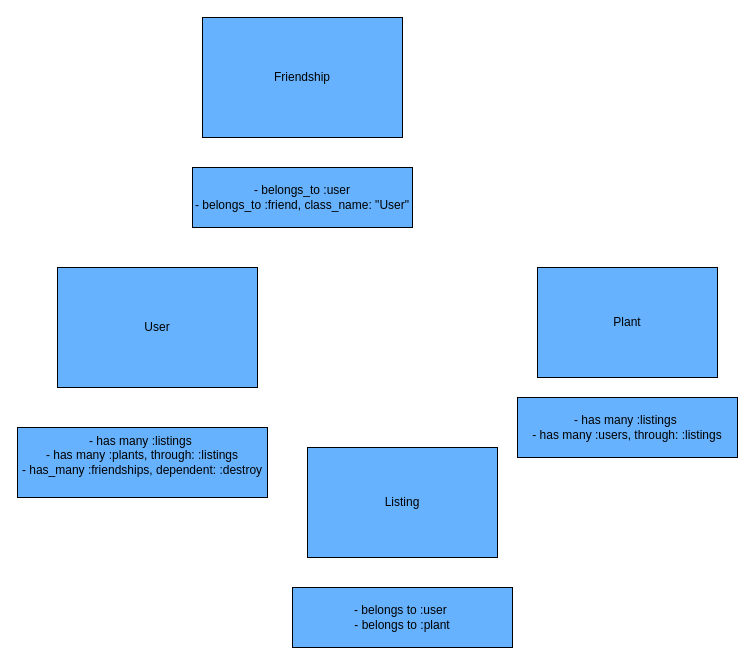
Above: src/wireframes/(3)associations.drawio in andrrowens/rooted-plant-exchange-frontend (draw.io), before the change. Source tidied: cells renumbered, new cells numbered last; positions are measured from the earlier drawing's top-left corner, leaving out a move shared by most shapes. Both pictures are drawn from the tidied source at 100%, with x=0, y=0 at pixel (17, 17).
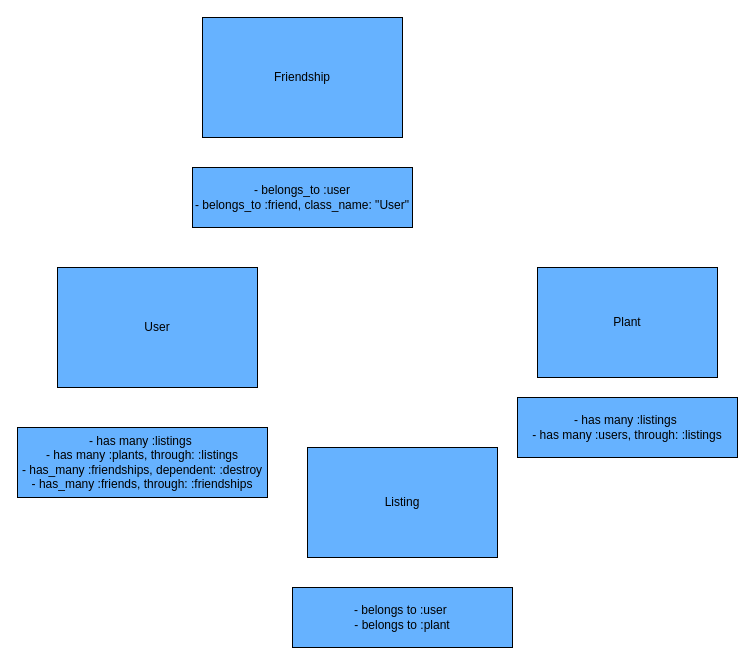
The same page after the edit.

The edit, as a diff of the source:
```diff
@@
 <mxGraphModel>
   <root>
     <mxCell id="0" />
     <mxCell id="1" parent="0" />
     <mxCell id="2" value="User" style="whiteSpace=wrap;html=1;fillColor=#66B2FF;" parent="1" vertex="1">
       <mxGeometry x="40" y="250" width="200" height="120" as="geometry" />
     </mxCell>
     <mxCell id="3" value="Plant" style="whiteSpace=wrap;html=1;fillColor=#66B2FF;" parent="1" vertex="1">
       <mxGeometry x="520" y="250" width="180" height="110" as="geometry" />
     </mxCell>
     <mxCell id="4" value="Listing" style="whiteSpace=wrap;html=1;fillColor=#66B2FF;" parent="1" vertex="1">
       <mxGeometry x="290" y="430" width="190" height="110" as="geometry" />
     </mxCell>
-    <mxCell id="5" value="&lt;font color=&quot;#000000&quot;&gt;- has many :listings&amp;nbsp;&lt;/font&gt;&lt;br&gt;&lt;font color=&quot;#000000&quot;&gt;- has many :plants, through: :listings&lt;br&gt;- has_many :friendships, dependent: :destroy&lt;br&gt;&lt;br&gt;&lt;/font&gt;" style="whiteSpace=wrap;html=1;fillColor=#66B2FF;" parent="1" vertex="1">
+    <mxCell id="5" value="&lt;font color=&quot;#000000&quot;&gt;&lt;br&gt;- has many :listings&amp;nbsp;&lt;/font&gt;&lt;br&gt;&lt;font color=&quot;#000000&quot;&gt;- has many :plants, through: :listings&lt;br&gt;- has_many :friendships, dependent: :destroy&lt;br&gt;- has_many :friends, through: :friendships&lt;br&gt;&lt;br&gt;&lt;/font&gt;" style="whiteSpace=wrap;html=1;fillColor=#66B2FF;" parent="1" vertex="1">
       <mxGeometry y="410" width="250" height="70" as="geometry" />
     </mxCell>
     <mxCell id="6" value="&lt;font color=&quot;#000000&quot;&gt;- belongs to :user&amp;nbsp;&lt;br&gt;- belongs to :plant&lt;br&gt;&lt;/font&gt;" style="whiteSpace=wrap;html=1;fillColor=#66B2FF;" parent="1" vertex="1">
       <mxGeometry x="275" y="570" width="220" height="60" as="geometry" />
     </mxCell>
     <mxCell id="7" value="&lt;font color=&quot;#000000&quot;&gt;- has many :listings&amp;nbsp;&lt;/font&gt;&lt;br&gt;&lt;font color=&quot;#000000&quot;&gt;- has many :users, through: :listings&lt;/font&gt;" style="whiteSpace=wrap;html=1;fillColor=#66B2FF;" parent="1" vertex="1">
       <mxGeometry x="500" y="380" width="220" height="60" as="geometry" />
     </mxCell>
     <mxCell id="8" value="Friendship" style="whiteSpace=wrap;html=1;fillColor=#66B2FF;" parent="1" vertex="1">
       <mxGeometry x="185" width="200" height="120" as="geometry" />
     </mxCell>
     <mxCell id="9" value="&lt;font color=&quot;#000000&quot;&gt;- belongs_to :user&lt;br&gt;- belongs_to :friend, class_name: &quot;User&quot;&lt;br&gt;&lt;/font&gt;" style="whiteSpace=wrap;html=1;fillColor=#66B2FF;" parent="1" vertex="1">
       <mxGeometry x="175" y="150" width="220" height="60" as="geometry" />
     </mxCell>
   </root>
 </mxGraphModel>
```
